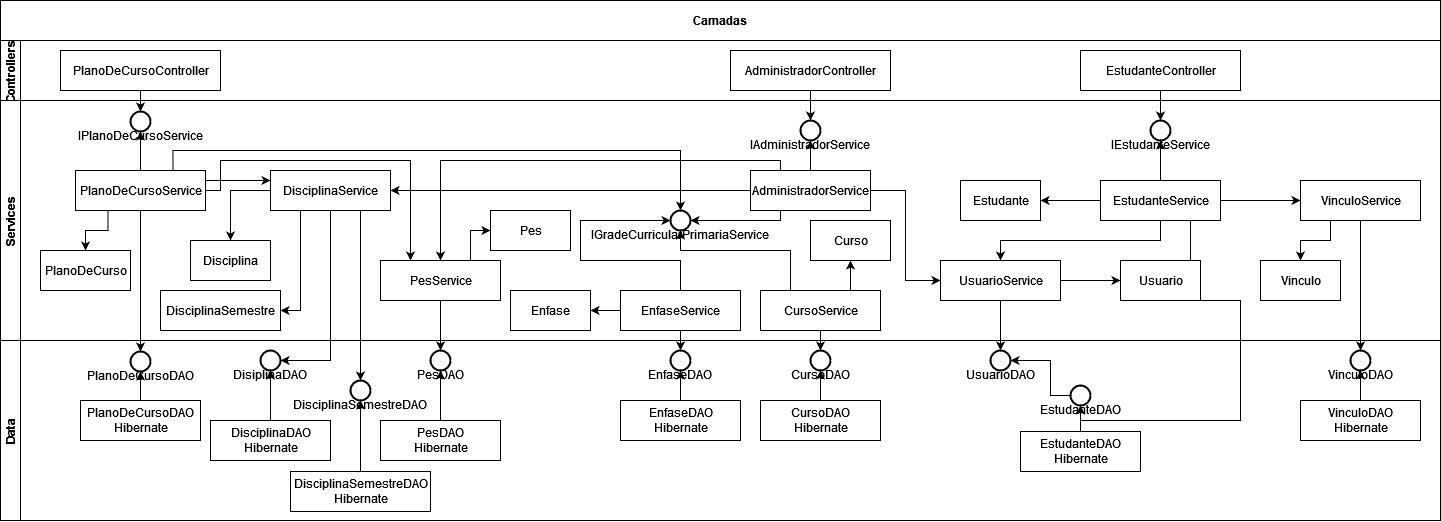
arturo32/PODE keeps this draw.io diagram as planejamento/DiagramaCamadas.drawio.png. Above is the earlier version. Source tidied: cells renumbered, new cells last; positions are measured from the earlier drawing's top-left corner, leaving out a move shared by most shapes.
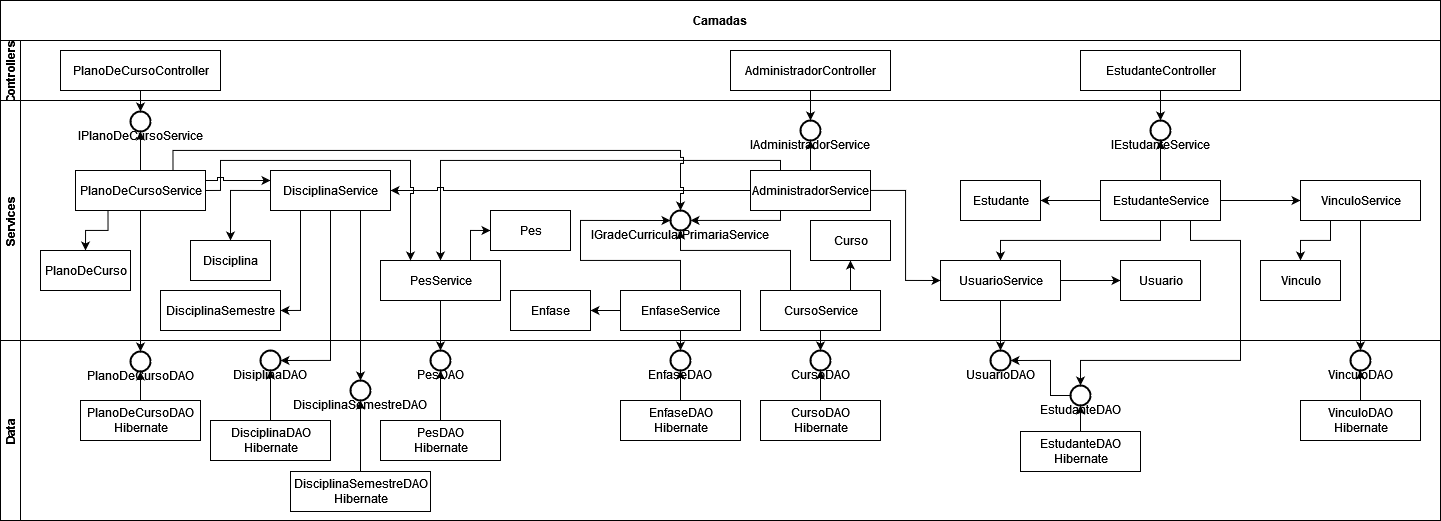
Later version of the same file.

The edit, as a diff of the source:
```diff
@@ -19,9 +19,9 @@
     </mxCell>
-    <mxCell id="7" style="edgeStyle=orthogonalEdgeStyle;rounded=0;jettySize=auto;html=1;exitX=0.5;exitY=1;exitDx=0;exitDy=0;" parent="2" edge="1" source="42" target="74">
+    <mxCell id="7" style="edgeStyle=orthogonalEdgeStyle;rounded=0;jettySize=auto;html=1;exitX=0.5;exitY=1;exitDx=0;exitDy=0;jumpStyle=sharp;" parent="2" edge="1" source="42" target="74">
       <mxGeometry relative="1" as="geometry" />
     </mxCell>
-    <mxCell id="8" style="edgeStyle=orthogonalEdgeStyle;rounded=0;jettySize=auto;html=1;exitX=0.5;exitY=1;exitDx=0;exitDy=0;entryX=0.5;entryY=0;entryDx=0;entryDy=0;entryPerimeter=0;" parent="2" edge="1" source="45" target="75">
+    <mxCell id="8" style="edgeStyle=orthogonalEdgeStyle;rounded=0;jettySize=auto;html=1;exitX=0.5;exitY=1;exitDx=0;exitDy=0;entryX=0.5;entryY=0;entryDx=0;entryDy=0;entryPerimeter=0;jumpStyle=sharp;" parent="2" edge="1" source="45" target="75">
       <mxGeometry relative="1" as="geometry" />
     </mxCell>
-    <mxCell id="9" style="edgeStyle=orthogonalEdgeStyle;rounded=0;jettySize=auto;html=1;exitX=0.5;exitY=1;exitDx=0;exitDy=0;entryX=0.5;entryY=0;entryDx=0;entryDy=0;entryPerimeter=0;" parent="2" edge="1" source="4" target="27">
+    <mxCell id="9" style="edgeStyle=orthogonalEdgeStyle;rounded=0;jettySize=auto;html=1;exitX=0.5;exitY=1;exitDx=0;exitDy=0;entryX=0.5;entryY=0;entryDx=0;entryDy=0;entryPerimeter=0;jumpStyle=sharp;" parent="2" edge="1" source="4" target="27">
       <mxGeometry relative="1" as="geometry" />
@@ -31,6 +31,6 @@
         <Array as="points">
-          <mxPoint x="1190" y="300" />
-          <mxPoint x="1240" y="300" />
-          <mxPoint x="1240" y="420" />
-          <mxPoint x="1080" y="420" />
+          <mxPoint x="1190" y="240" />
+          <mxPoint x="1240" y="240" />
+          <mxPoint x="1240" y="360" />
+          <mxPoint x="1080" y="360" />
         </Array>
@@ -52,15 +52,15 @@
     </mxCell>
-    <mxCell id="14" style="edgeStyle=orthogonalEdgeStyle;rounded=0;jettySize=auto;html=1;exitX=0.5;exitY=1;exitDx=0;exitDy=0;entryX=0.5;entryY=0;entryDx=0;entryDy=0;entryPerimeter=0;" parent="2" edge="1" source="50" target="80">
+    <mxCell id="14" style="edgeStyle=orthogonalEdgeStyle;rounded=0;jettySize=auto;html=1;exitX=0.5;exitY=1;exitDx=0;exitDy=0;entryX=0.5;entryY=0;entryDx=0;entryDy=0;entryPerimeter=0;jumpStyle=sharp;" parent="2" edge="1" source="50" target="80">
       <mxGeometry relative="1" as="geometry" />
     </mxCell>
-    <mxCell id="15" style="edgeStyle=orthogonalEdgeStyle;rounded=0;jettySize=auto;html=1;exitX=0.5;exitY=1;exitDx=0;exitDy=0;entryX=0.5;entryY=0;entryDx=0;entryDy=0;entryPerimeter=0;" parent="2" edge="1" source="57" target="84">
+    <mxCell id="15" style="edgeStyle=orthogonalEdgeStyle;rounded=0;jettySize=auto;html=1;exitX=0.5;exitY=1;exitDx=0;exitDy=0;entryX=0.5;entryY=0;entryDx=0;entryDy=0;entryPerimeter=0;jumpStyle=sharp;" parent="2" edge="1" source="57" target="84">
       <mxGeometry relative="1" as="geometry" />
     </mxCell>
-    <mxCell id="16" style="edgeStyle=orthogonalEdgeStyle;rounded=0;jettySize=auto;html=1;entryX=0.5;entryY=0;entryDx=0;entryDy=0;entryPerimeter=0;" parent="2" edge="1" source="6" target="59">
+    <mxCell id="16" style="edgeStyle=orthogonalEdgeStyle;rounded=0;jettySize=auto;html=1;entryX=0.5;entryY=0;entryDx=0;entryDy=0;entryPerimeter=0;jumpStyle=sharp;" parent="2" edge="1" source="6" target="59">
       <mxGeometry relative="1" as="geometry" />
     </mxCell>
-    <mxCell id="17" style="edgeStyle=orthogonalEdgeStyle;rounded=0;jettySize=auto;html=1;exitX=0.75;exitY=1;exitDx=0;exitDy=0;entryX=0.5;entryY=0;entryDx=0;entryDy=0;entryPerimeter=0;" parent="2" edge="1" source="62" target="89">
+    <mxCell id="17" style="edgeStyle=orthogonalEdgeStyle;rounded=0;jettySize=auto;html=1;exitX=0.75;exitY=1;exitDx=0;exitDy=0;entryX=0.5;entryY=0;entryDx=0;entryDy=0;entryPerimeter=0;jumpStyle=sharp;" parent="2" edge="1" source="62" target="89">
       <mxGeometry relative="1" as="geometry" />
     </mxCell>
-    <mxCell id="18" style="edgeStyle=orthogonalEdgeStyle;rounded=0;jettySize=auto;html=1;exitX=0.5;exitY=1;exitDx=0;exitDy=0;entryX=1;entryY=0.5;entryDx=0;entryDy=0;entryPerimeter=0;" parent="2" edge="1" source="62" target="86">
+    <mxCell id="18" style="edgeStyle=orthogonalEdgeStyle;rounded=0;jettySize=auto;html=1;exitX=0.5;exitY=1;exitDx=0;exitDy=0;entryX=1;entryY=0.5;entryDx=0;entryDy=0;entryPerimeter=0;jumpStyle=sharp;" parent="2" edge="1" source="62" target="86">
       <mxGeometry relative="1" as="geometry" />
@@ -70,6 +70,6 @@
     </mxCell>
-    <mxCell id="20" style="edgeStyle=orthogonalEdgeStyle;rounded=0;jettySize=auto;html=1;" parent="19" edge="1" source="24" target="27">
+    <mxCell id="20" style="edgeStyle=orthogonalEdgeStyle;rounded=0;jettySize=auto;html=1;jumpStyle=sharp;" parent="19" edge="1" source="24" target="27">
       <mxGeometry relative="1" as="geometry" />
     </mxCell>
-    <mxCell id="21" style="edgeStyle=orthogonalEdgeStyle;rounded=0;jettySize=auto;html=1;" parent="19" edge="1" source="24" target="26">
+    <mxCell id="21" style="edgeStyle=orthogonalEdgeStyle;rounded=0;jettySize=auto;html=1;jumpStyle=sharp;" parent="19" edge="1" source="24" target="26">
       <mxGeometry relative="1" as="geometry">
@@ -81,3 +81,3 @@
     </mxCell>
-    <mxCell id="22" style="edgeStyle=orthogonalEdgeStyle;rounded=0;jettySize=auto;html=1;entryX=1;entryY=0.5;entryDx=0;entryDy=0;" parent="19" edge="1" source="24" target="30">
+    <mxCell id="22" style="edgeStyle=orthogonalEdgeStyle;rounded=0;jettySize=auto;html=1;entryX=1;entryY=0.5;entryDx=0;entryDy=0;jumpStyle=sharp;" parent="19" edge="1" source="24" target="30">
       <mxGeometry relative="1" as="geometry" />
@@ -90,3 +90,3 @@
     </mxCell>
-    <mxCell id="25" style="edgeStyle=orthogonalEdgeStyle;rounded=0;jettySize=auto;html=1;entryX=0;entryY=0.5;entryDx=0;entryDy=0;" parent="19" edge="1" source="26" target="32">
+    <mxCell id="25" style="edgeStyle=orthogonalEdgeStyle;rounded=0;jettySize=auto;html=1;entryX=0;entryY=0.5;entryDx=0;entryDy=0;jumpStyle=sharp;" parent="19" edge="1" source="26" target="32">
       <mxGeometry relative="1" as="geometry">
@@ -104,3 +104,3 @@
     </mxCell>
-    <mxCell id="28" style="edgeStyle=orthogonalEdgeStyle;rounded=0;jettySize=auto;html=1;exitX=0.25;exitY=1;exitDx=0;exitDy=0;entryX=0.5;entryY=0;entryDx=0;entryDy=0;" parent="19" edge="1" source="29" target="31">
+    <mxCell id="28" style="edgeStyle=orthogonalEdgeStyle;rounded=0;jettySize=auto;html=1;exitX=0.25;exitY=1;exitDx=0;exitDy=0;entryX=0.5;entryY=0;entryDx=0;entryDy=0;jumpStyle=sharp;" parent="19" edge="1" source="29" target="31">
       <mxGeometry relative="1" as="geometry" />
@@ -125,3 +125,3 @@
     </mxCell>
-    <mxCell id="35" style="edgeStyle=orthogonalEdgeStyle;rounded=0;jettySize=auto;html=1;exitX=0.25;exitY=0;exitDx=0;exitDy=0;entryX=0.5;entryY=0;entryDx=0;entryDy=0;" parent="19" edge="1" source="38" target="50">
+    <mxCell id="35" style="edgeStyle=orthogonalEdgeStyle;rounded=0;jettySize=auto;html=1;exitX=0.25;exitY=0;exitDx=0;exitDy=0;entryX=0.5;entryY=0;entryDx=0;entryDy=0;jumpStyle=sharp;" parent="19" edge="1" source="38" target="50">
       <mxGeometry relative="1" as="geometry">
@@ -133,3 +133,3 @@
     </mxCell>
-    <mxCell id="36" style="edgeStyle=orthogonalEdgeStyle;rounded=0;jettySize=auto;html=1;exitX=0.25;exitY=1;exitDx=0;exitDy=0;" parent="19" edge="1" source="38" target="46">
+    <mxCell id="36" style="edgeStyle=orthogonalEdgeStyle;rounded=0;jettySize=auto;html=1;exitX=0.25;exitY=1;exitDx=0;exitDy=0;jumpStyle=sharp;" parent="19" edge="1" source="38" target="46">
       <mxGeometry relative="1" as="geometry">
@@ -140,3 +140,3 @@
     </mxCell>
-    <mxCell id="37" style="edgeStyle=orthogonalEdgeStyle;rounded=0;jettySize=auto;html=1;exitX=0;exitY=0.5;exitDx=0;exitDy=0;entryX=1;entryY=0.5;entryDx=0;entryDy=0;" parent="19" edge="1" source="38" target="62">
+    <mxCell id="37" style="edgeStyle=orthogonalEdgeStyle;rounded=0;jettySize=auto;html=1;exitX=0;exitY=0.5;exitDx=0;exitDy=0;entryX=1;entryY=0.5;entryDx=0;entryDy=0;jumpStyle=sharp;" parent="19" edge="1" source="38" target="62">
       <mxGeometry relative="1" as="geometry" />
@@ -149,3 +149,3 @@
     </mxCell>
-    <mxCell id="40" style="edgeStyle=orthogonalEdgeStyle;rounded=0;jettySize=auto;html=1;exitX=0.25;exitY=0;exitDx=0;exitDy=0;entryX=0.5;entryY=1;entryDx=0;entryDy=0;entryPerimeter=0;" parent="19" edge="1" source="42" target="46">
+    <mxCell id="40" style="edgeStyle=orthogonalEdgeStyle;rounded=0;jettySize=auto;html=1;exitX=0.25;exitY=0;exitDx=0;exitDy=0;entryX=0.5;entryY=1;entryDx=0;entryDy=0;entryPerimeter=0;jumpStyle=sharp;" parent="19" edge="1" source="42" target="46">
       <mxGeometry relative="1" as="geometry">
@@ -157,3 +157,3 @@
     </mxCell>
-    <mxCell id="41" style="edgeStyle=orthogonalEdgeStyle;rounded=0;jettySize=auto;html=1;exitX=0.75;exitY=0;exitDx=0;exitDy=0;entryX=0.5;entryY=1;entryDx=0;entryDy=0;" parent="19" edge="1" source="42" target="47">
+    <mxCell id="41" style="edgeStyle=orthogonalEdgeStyle;rounded=0;jettySize=auto;html=1;exitX=0.75;exitY=0;exitDx=0;exitDy=0;entryX=0.5;entryY=1;entryDx=0;entryDy=0;jumpStyle=sharp;" parent="19" edge="1" source="42" target="47">
       <mxGeometry relative="1" as="geometry" />
@@ -163,3 +163,3 @@
     </mxCell>
-    <mxCell id="43" style="edgeStyle=orthogonalEdgeStyle;rounded=0;jettySize=auto;html=1;exitX=0.5;exitY=0;exitDx=0;exitDy=0;entryX=0;entryY=0.5;entryDx=0;entryDy=0;entryPerimeter=0;" parent="19" edge="1" source="45" target="46">
+    <mxCell id="43" style="edgeStyle=orthogonalEdgeStyle;rounded=0;jettySize=auto;html=1;exitX=0.5;exitY=0;exitDx=0;exitDy=0;entryX=0;entryY=0.5;entryDx=0;entryDy=0;entryPerimeter=0;jumpStyle=sharp;" parent="19" edge="1" source="45" target="46">
       <mxGeometry relative="1" as="geometry">
@@ -172,3 +172,3 @@
     </mxCell>
-    <mxCell id="44" style="edgeStyle=orthogonalEdgeStyle;rounded=0;jettySize=auto;html=1;exitX=0;exitY=0.5;exitDx=0;exitDy=0;entryX=1;entryY=0.5;entryDx=0;entryDy=0;" parent="19" edge="1" source="45" target="48">
+    <mxCell id="44" style="edgeStyle=orthogonalEdgeStyle;rounded=0;jettySize=auto;html=1;exitX=0;exitY=0.5;exitDx=0;exitDy=0;entryX=1;entryY=0.5;entryDx=0;entryDy=0;jumpStyle=sharp;" parent="19" edge="1" source="45" target="48">
       <mxGeometry relative="1" as="geometry" />
@@ -187,3 +187,3 @@
     </mxCell>
-    <mxCell id="49" style="edgeStyle=orthogonalEdgeStyle;rounded=0;jettySize=auto;html=1;exitX=0.75;exitY=0;exitDx=0;exitDy=0;entryX=0;entryY=0.5;entryDx=0;entryDy=0;" parent="19" edge="1" source="50" target="51">
+    <mxCell id="49" style="edgeStyle=orthogonalEdgeStyle;rounded=0;jettySize=auto;html=1;exitX=0.75;exitY=0;exitDx=0;exitDy=0;entryX=0;entryY=0.5;entryDx=0;entryDy=0;jumpStyle=sharp;" parent="19" edge="1" source="50" target="51">
       <mxGeometry relative="1" as="geometry">
@@ -200,12 +200,12 @@
     </mxCell>
-    <mxCell id="52" style="edgeStyle=orthogonalEdgeStyle;rounded=0;jettySize=auto;html=1;entryX=0.5;entryY=1;entryDx=0;entryDy=0;entryPerimeter=0;" parent="19" edge="1" source="57" target="59">
+    <mxCell id="52" style="edgeStyle=orthogonalEdgeStyle;rounded=0;jettySize=auto;html=1;entryX=0.5;entryY=1;entryDx=0;entryDy=0;entryPerimeter=0;jumpStyle=sharp;" parent="19" edge="1" source="57" target="59">
       <mxGeometry relative="1" as="geometry" />
     </mxCell>
-    <mxCell id="53" style="edgeStyle=orthogonalEdgeStyle;rounded=0;jettySize=auto;html=1;exitX=0.25;exitY=1;exitDx=0;exitDy=0;entryX=0.5;entryY=0;entryDx=0;entryDy=0;" parent="19" edge="1" source="57" target="58">
+    <mxCell id="53" style="edgeStyle=orthogonalEdgeStyle;rounded=0;jettySize=auto;html=1;exitX=0.25;exitY=1;exitDx=0;exitDy=0;entryX=0.5;entryY=0;entryDx=0;entryDy=0;jumpStyle=sharp;" parent="19" edge="1" source="57" target="58">
       <mxGeometry relative="1" as="geometry" />
     </mxCell>
-    <mxCell id="54" style="edgeStyle=orthogonalEdgeStyle;rounded=0;jettySize=auto;html=1;exitX=0.75;exitY=0;exitDx=0;exitDy=0;entryX=0.5;entryY=0;entryDx=0;entryDy=0;entryPerimeter=0;" parent="19" edge="1" source="57" target="46">
+    <mxCell id="54" style="edgeStyle=orthogonalEdgeStyle;rounded=0;jettySize=auto;html=1;exitX=0.75;exitY=0;exitDx=0;exitDy=0;entryX=0.5;entryY=0;entryDx=0;entryDy=0;entryPerimeter=0;jumpStyle=sharp;" parent="19" edge="1" source="57" target="46">
       <mxGeometry relative="1" as="geometry" />
     </mxCell>
-    <mxCell id="55" style="edgeStyle=orthogonalEdgeStyle;rounded=0;jettySize=auto;html=1;exitX=1;exitY=0.5;exitDx=0;exitDy=0;entryX=0.25;entryY=0;entryDx=0;entryDy=0;" parent="19" edge="1" source="57" target="50">
+    <mxCell id="55" style="edgeStyle=orthogonalEdgeStyle;rounded=0;jettySize=auto;html=1;exitX=1;exitY=0.5;exitDx=0;exitDy=0;entryX=0.25;entryY=0;entryDx=0;entryDy=0;jumpStyle=sharp;" parent="19" edge="1" source="57" target="50">
       <mxGeometry relative="1" as="geometry">
@@ -218,3 +218,3 @@
     </mxCell>
-    <mxCell id="56" style="edgeStyle=orthogonalEdgeStyle;rounded=0;jettySize=auto;html=1;exitX=1;exitY=0.25;exitDx=0;exitDy=0;entryX=0;entryY=0.25;entryDx=0;entryDy=0;" parent="19" edge="1" source="57" target="62">
+    <mxCell id="56" style="edgeStyle=orthogonalEdgeStyle;rounded=0;jettySize=auto;html=1;exitX=1;exitY=0.25;exitDx=0;exitDy=0;entryX=0;entryY=0.25;entryDx=0;entryDy=0;jumpStyle=sharp;" parent="19" edge="1" source="57" target="62">
       <mxGeometry relative="1" as="geometry" />
@@ -230,3 +230,3 @@
     </mxCell>
-    <mxCell id="60" style="edgeStyle=orthogonalEdgeStyle;rounded=0;jettySize=auto;html=1;exitX=0;exitY=0.5;exitDx=0;exitDy=0;entryX=0.5;entryY=0;entryDx=0;entryDy=0;" parent="19" edge="1" source="62" target="63">
+    <mxCell id="60" style="edgeStyle=orthogonalEdgeStyle;rounded=0;jettySize=auto;html=1;exitX=0;exitY=0.5;exitDx=0;exitDy=0;entryX=0.5;entryY=0;entryDx=0;entryDy=0;jumpStyle=sharp;" parent="19" edge="1" source="62" target="63">
       <mxGeometry relative="1" as="geometry">
@@ -237,3 +237,3 @@
     </mxCell>
-    <mxCell id="61" style="edgeStyle=orthogonalEdgeStyle;rounded=0;jettySize=auto;html=1;exitX=0.25;exitY=1;exitDx=0;exitDy=0;entryX=1;entryY=0.5;entryDx=0;entryDy=0;" parent="19" edge="1" source="62" target="64">
+    <mxCell id="61" style="edgeStyle=orthogonalEdgeStyle;rounded=0;jettySize=auto;html=1;exitX=0.25;exitY=1;exitDx=0;exitDy=0;entryX=1;entryY=0.5;entryDx=0;entryDy=0;jumpStyle=sharp;" parent="19" edge="1" source="62" target="64">
       <mxGeometry relative="1" as="geometry" />
@@ -287,3 +287,3 @@
     </mxCell>
-    <mxCell id="76" style="edgeStyle=orthogonalEdgeStyle;rounded=0;jettySize=auto;html=1;entryX=0.5;entryY=1;entryDx=0;entryDy=0;entryPerimeter=0;" parent="65" edge="1" source="77" target="75">
+    <mxCell id="76" style="edgeStyle=orthogonalEdgeStyle;rounded=0;jettySize=auto;html=1;entryX=0.5;entryY=1;entryDx=0;entryDy=0;entryPerimeter=0;jumpStyle=sharp;" parent="65" edge="1" source="77" target="75">
       <mxGeometry relative="1" as="geometry" />
@@ -293,3 +293,3 @@
     </mxCell>
-    <mxCell id="78" style="edgeStyle=orthogonalEdgeStyle;rounded=0;jettySize=auto;html=1;entryX=0.5;entryY=1;entryDx=0;entryDy=0;entryPerimeter=0;" parent="65" edge="1" source="79" target="74">
+    <mxCell id="78" style="edgeStyle=orthogonalEdgeStyle;rounded=0;jettySize=auto;html=1;entryX=0.5;entryY=1;entryDx=0;entryDy=0;entryPerimeter=0;jumpStyle=sharp;" parent="65" edge="1" source="79" target="74">
       <mxGeometry relative="1" as="geometry" />
@@ -305,3 +305,3 @@
     </mxCell>
-    <mxCell id="82" style="edgeStyle=orthogonalEdgeStyle;rounded=0;jettySize=auto;html=1;entryX=0.5;entryY=1;entryDx=0;entryDy=0;entryPerimeter=0;" parent="65" edge="1" source="81" target="80">
+    <mxCell id="82" style="edgeStyle=orthogonalEdgeStyle;rounded=0;jettySize=auto;html=1;entryX=0.5;entryY=1;entryDx=0;entryDy=0;entryPerimeter=0;jumpStyle=sharp;" parent="65" edge="1" source="81" target="80">
       <mxGeometry relative="1" as="geometry" />
@@ -314,3 +314,3 @@
     </mxCell>
-    <mxCell id="85" style="edgeStyle=orthogonalEdgeStyle;rounded=0;jettySize=auto;html=1;entryX=0.5;entryY=1;entryDx=0;entryDy=0;entryPerimeter=0;" parent="65" edge="1" source="83" target="84">
+    <mxCell id="85" style="edgeStyle=orthogonalEdgeStyle;rounded=0;jettySize=auto;html=1;entryX=0.5;entryY=1;entryDx=0;entryDy=0;entryPerimeter=0;jumpStyle=sharp;" parent="65" edge="1" source="83" target="84">
       <mxGeometry relative="1" as="geometry" />
@@ -320,3 +320,3 @@
     </mxCell>
-    <mxCell id="87" style="edgeStyle=orthogonalEdgeStyle;rounded=0;jettySize=auto;html=1;entryX=0.5;entryY=1;entryDx=0;entryDy=0;entryPerimeter=0;" parent="65" edge="1" source="88" target="86">
+    <mxCell id="87" style="edgeStyle=orthogonalEdgeStyle;rounded=0;jettySize=auto;html=1;entryX=0.5;entryY=1;entryDx=0;entryDy=0;entryPerimeter=0;jumpStyle=sharp;" parent="65" edge="1" source="88" target="86">
       <mxGeometry relative="1" as="geometry" />
@@ -329,3 +329,3 @@
     </mxCell>
-    <mxCell id="90" style="edgeStyle=orthogonalEdgeStyle;rounded=0;jettySize=auto;html=1;entryX=0.5;entryY=1;entryDx=0;entryDy=0;entryPerimeter=0;" parent="65" edge="1" source="91" target="89">
+    <mxCell id="90" style="edgeStyle=orthogonalEdgeStyle;rounded=0;jettySize=auto;html=1;entryX=0.5;entryY=1;entryDx=0;entryDy=0;entryPerimeter=0;jumpStyle=sharp;" parent="65" edge="1" source="91" target="89">
       <mxGeometry relative="1" as="geometry" />
```
